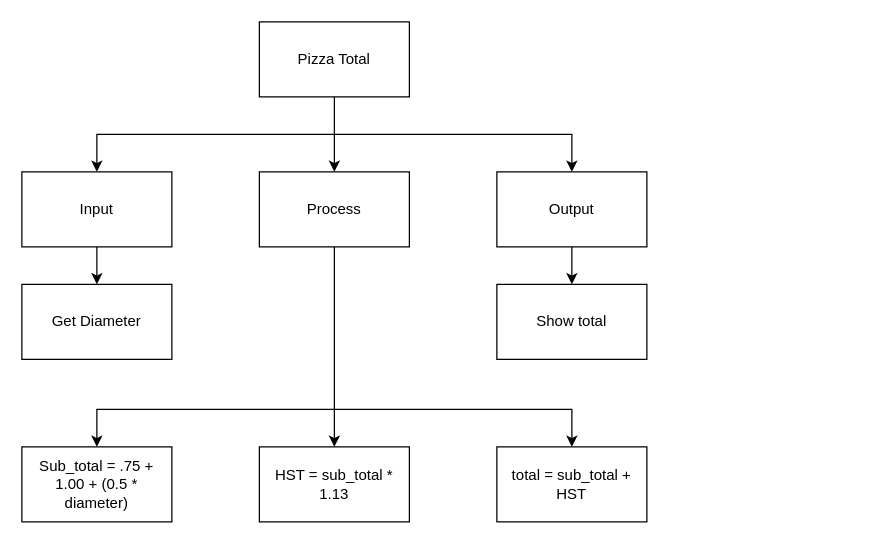
The draw.io diagram topdown.drawio in Peter-Gemmell/ICS3U-Unit3-04-Python, before the edit. Source tidied: cells renumbered, new cells numbered last; positions are measured from the earlier drawing's top-left corner, leaving out a move shared by most shapes. Both pictures are drawn from the tidied source at 125%, with x=0, y=0 at pixel (21, 21).
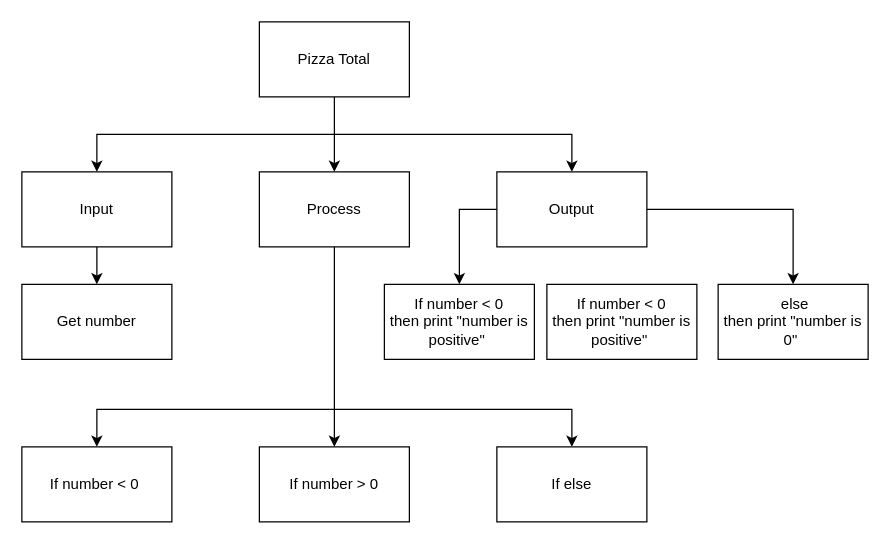
Above is the later version.

Unchanged cells that the change refers to:
```xml
<mxCell id="13" value="Output" style="rounded=0;whiteSpace=wrap;html=1;" parent="1" vertex="1">
  <mxGeometry x="380" y="120" width="120" height="60" as="geometry" />
</mxCell>
```

Diff of the diagram source:
```diff
@@
-    <mxCell id="12" style="edgeStyle=none;rounded=0;html=1;" parent="1" edge="1" source="13" target="15">
-      <mxGeometry relative="1" as="geometry" />
+    <mxCell id="12" style="edgeStyle=none;rounded=0;html=1;exitX=0;exitY=0.5;exitDx=0;exitDy=0;" parent="1" edge="1" source="13" target="15">
+      <mxGeometry relative="1" as="geometry">
+        <Array as="points">
+          <mxPoint x="350" y="150" />
+        </Array>
+      </mxGeometry>
     </mxCell>
+    <mxCell id="19" style="edgeStyle=none;html=1;entryX=0.5;entryY=0;entryDx=0;entryDy=0;exitX=1;exitY=0.5;exitDx=0;exitDy=0;rounded=0;" parent="1" edge="1" source="13" target="21">
+      <mxGeometry relative="1" as="geometry">
+        <Array as="points">
+          <mxPoint x="617" y="150" />
+        </Array>
+      </mxGeometry>
+    </mxCell>
@@
-    <mxCell id="14" value="Get Diameter" style="rounded=0;whiteSpace=wrap;html=1;" parent="1" vertex="1">
+    <mxCell id="14" value="Get number" style="rounded=0;whiteSpace=wrap;html=1;" parent="1" vertex="1">
       <mxGeometry y="210" width="120" height="60" as="geometry" />
     </mxCell>
-    <mxCell id="15" value="Show total" style="rounded=0;whiteSpace=wrap;html=1;" parent="1" vertex="1">
-      <mxGeometry x="380" y="210" width="120" height="60" as="geometry" />
+    <mxCell id="15" value="If number &amp;lt; 0&lt;br&gt;then print &quot;number is positive&quot;&amp;nbsp;" style="rounded=0;whiteSpace=wrap;html=1;" parent="1" vertex="1">
+      <mxGeometry x="290" y="210" width="120" height="60" as="geometry" />
     </mxCell>
-    <mxCell id="16" value="HST = sub_total * 1.13" style="rounded=0;whiteSpace=wrap;html=1;" parent="1" vertex="1">
+    <mxCell id="16" value="If number &amp;gt; 0" style="rounded=0;whiteSpace=wrap;html=1;" parent="1" vertex="1">
       <mxGeometry x="190" y="340" width="120" height="60" as="geometry" />
     </mxCell>
-    <mxCell id="17" value="Sub_total = .75 + 1.00 + (0.5 * diameter)" style="rounded=0;whiteSpace=wrap;html=1;" parent="1" vertex="1">
+    <mxCell id="17" value="If number &amp;lt; 0&amp;nbsp;" style="rounded=0;whiteSpace=wrap;html=1;" parent="1" vertex="1">
       <mxGeometry y="340" width="120" height="60" as="geometry" />
     </mxCell>
-    <mxCell id="18" value="total = sub_total + HST" style="rounded=0;whiteSpace=wrap;html=1;" parent="1" vertex="1">
+    <mxCell id="18" value="If else" style="rounded=0;whiteSpace=wrap;html=1;" parent="1" vertex="1">
       <mxGeometry x="380" y="340" width="120" height="60" as="geometry" />
     </mxCell>
+    <mxCell id="20" value="If number &amp;lt; 0&lt;br&gt;then print &quot;number is positive&quot;&amp;nbsp;" style="rounded=0;whiteSpace=wrap;html=1;" parent="1" vertex="1">
+      <mxGeometry x="420" y="210" width="120" height="60" as="geometry" />
+    </mxCell>
+    <mxCell id="21" value="&amp;nbsp;else&lt;br&gt;then print &quot;number is 0&quot;&amp;nbsp;" style="rounded=0;whiteSpace=wrap;html=1;" parent="1" vertex="1">
+      <mxGeometry x="557" y="210" width="120" height="60" as="geometry" />
+    </mxCell>
```
